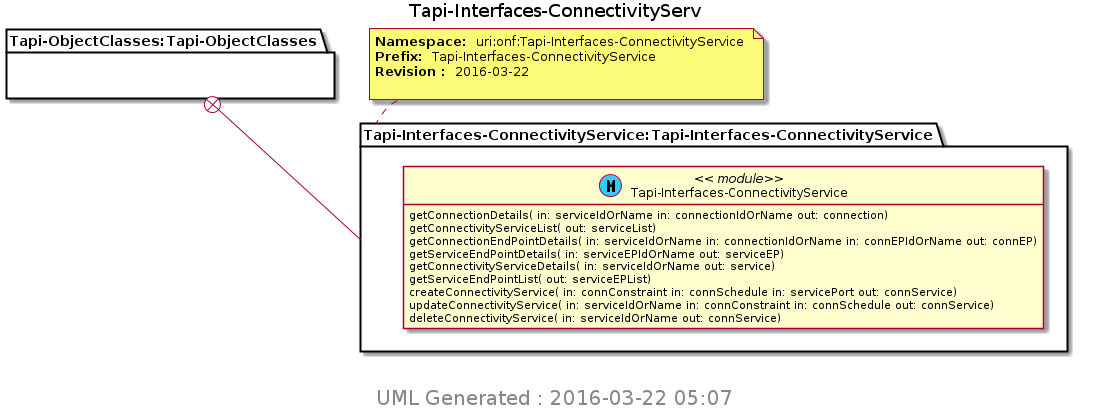
Above: TransportAPI/YANG/pyang_uml/Tapi-Interfaces-ConnectivityServ.png in Open-Network-Models-and-Interfaces-ONMI/TAPI (PlantUML), before the change. Source of this version:
```plantuml
@startuml img/Tapi-Interfaces-ConnectivityServ.png
hide empty fields
hide empty methods
hide <<case>> circle
hide <<augment>> circle
hide <<choice>> circle
hide <<leafref>> stereotype
hide <<leafref>> circle
page 1x1
Title Tapi-Interfaces-ConnectivityServ
package "Tapi-ObjectClasses:Tapi-ObjectClasses" as Tapi_ObjectClasses_Tapi_ObjectClasses {
}
note top of Tapi_Interfaces_ConnectivityService_Tapi_Interfaces_ConnectivityService : <b>Namespace: </b> uri:onf:Tapi-Interfaces-ConnectivityService \n<b>Prefix: </b> Tapi-Interfaces-ConnectivityService \n<b>Revision : </b> 2016-03-22 \n
package "Tapi-Interfaces-ConnectivityService:Tapi-Interfaces-ConnectivityService" as Tapi_Interfaces_ConnectivityService_Tapi_Interfaces_ConnectivityService {
Tapi_ObjectClasses_Tapi_ObjectClasses +-- Tapi_Interfaces_ConnectivityService_Tapi_Interfaces_ConnectivityService
class "Tapi-Interfaces-ConnectivityService" as Tapi_Interfaces_ConnectivityService << (M, #33CCFF) module>>
Tapi_Interfaces_ConnectivityService : getConnectionDetails( in: serviceIdOrName in: connectionIdOrName out: connection)
Tapi_Interfaces_ConnectivityService : getConnectivityServiceList( out: serviceList)
Tapi_Interfaces_ConnectivityService : getConnectionEndPointDetails( in: serviceIdOrName in: connectionIdOrName in: connEPIdOrName out: connEP)
Tapi_Interfaces_ConnectivityService : getServiceEndPointDetails( in: serviceEPIdOrName out: serviceEP)
Tapi_Interfaces_ConnectivityService : getConnectivityServiceDetails( in: serviceIdOrName out: service)
Tapi_Interfaces_ConnectivityService : getServiceEndPointList( out: serviceEPList)
Tapi_Interfaces_ConnectivityService : createConnectivityService( in: connConstraint in: connSchedule in: servicePort out: connService)
Tapi_Interfaces_ConnectivityService : updateConnectivityService( in: serviceIdOrName in: connConstraint in: connSchedule out: connService)
Tapi_Interfaces_ConnectivityService : deleteConnectivityService( in: serviceIdOrName out: connService)
}

center footer
 <size:20> UML Generated : 2016-03-22 05:07 </size>
 endfooter
@enduml
```
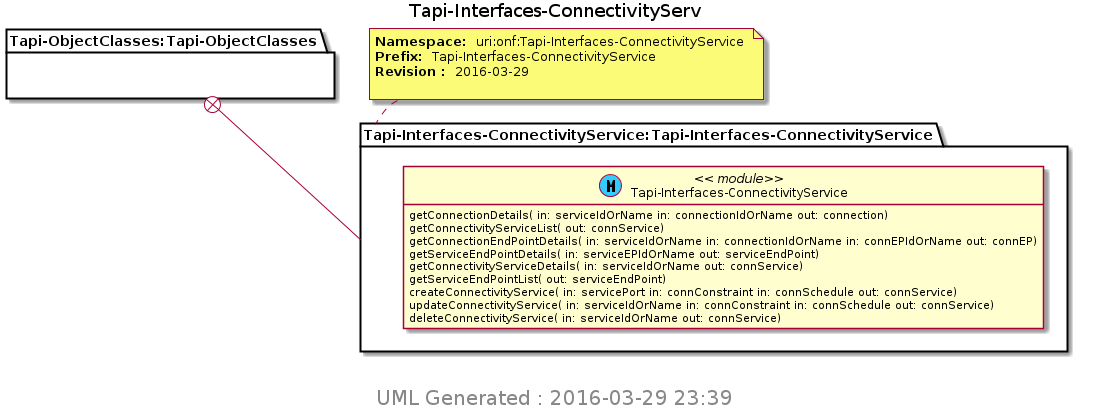
The same file after the commit.

The edit, as a diff of the source:
```diff
@@ -10,22 +10,22 @@
 Title Tapi-Interfaces-ConnectivityServ
 package "Tapi-ObjectClasses:Tapi-ObjectClasses" as Tapi_ObjectClasses_Tapi_ObjectClasses {
 }
-note top of Tapi_Interfaces_ConnectivityService_Tapi_Interfaces_ConnectivityService : <b>Namespace: </b> uri:onf:Tapi-Interfaces-ConnectivityService \n<b>Prefix: </b> Tapi-Interfaces-ConnectivityService \n<b>Revision : </b> 2016-03-22 \n
+note top of Tapi_Interfaces_ConnectivityService_Tapi_Interfaces_ConnectivityService : <b>Namespace: </b> uri:onf:Tapi-Interfaces-ConnectivityService \n<b>Prefix: </b> Tapi-Interfaces-ConnectivityService \n<b>Revision : </b> 2016-03-29 \n
 package "Tapi-Interfaces-ConnectivityService:Tapi-Interfaces-ConnectivityService" as Tapi_Interfaces_ConnectivityService_Tapi_Interfaces_ConnectivityService {
 Tapi_ObjectClasses_Tapi_ObjectClasses +-- Tapi_Interfaces_ConnectivityService_Tapi_Interfaces_ConnectivityService
 class "Tapi-Interfaces-ConnectivityService" as Tapi_Interfaces_ConnectivityService << (M, #33CCFF) module>>
 Tapi_Interfaces_ConnectivityService : getConnectionDetails( in: serviceIdOrName in: connectionIdOrName out: connection)
-Tapi_Interfaces_ConnectivityService : getConnectivityServiceList( out: serviceList)
+Tapi_Interfaces_ConnectivityService : getConnectivityServiceList( out: connService)
 Tapi_Interfaces_ConnectivityService : getConnectionEndPointDetails( in: serviceIdOrName in: connectionIdOrName in: connEPIdOrName out: connEP)
-Tapi_Interfaces_ConnectivityService : getServiceEndPointDetails( in: serviceEPIdOrName out: serviceEP)
-Tapi_Interfaces_ConnectivityService : getConnectivityServiceDetails( in: serviceIdOrName out: service)
-Tapi_Interfaces_ConnectivityService : getServiceEndPointList( out: serviceEPList)
-Tapi_Interfaces_ConnectivityService : createConnectivityService( in: connConstraint in: connSchedule in: servicePort out: connService)
+Tapi_Interfaces_ConnectivityService : getServiceEndPointDetails( in: serviceEPIdOrName out: serviceEndPoint)
+Tapi_Interfaces_ConnectivityService : getConnectivityServiceDetails( in: serviceIdOrName out: connService)
+Tapi_Interfaces_ConnectivityService : getServiceEndPointList( out: serviceEndPoint)
+Tapi_Interfaces_ConnectivityService : createConnectivityService( in: servicePort in: connConstraint in: connSchedule out: connService)
 Tapi_Interfaces_ConnectivityService : updateConnectivityService( in: serviceIdOrName in: connConstraint in: connSchedule out: connService)
 Tapi_Interfaces_ConnectivityService : deleteConnectivityService( in: serviceIdOrName out: connService)
 }
 
 center footer
- <size:20> UML Generated : 2016-03-22 05:07 </size>
+ <size:20> UML Generated : 2016-03-29 23:39 </size>
  endfooter
 @enduml
```
